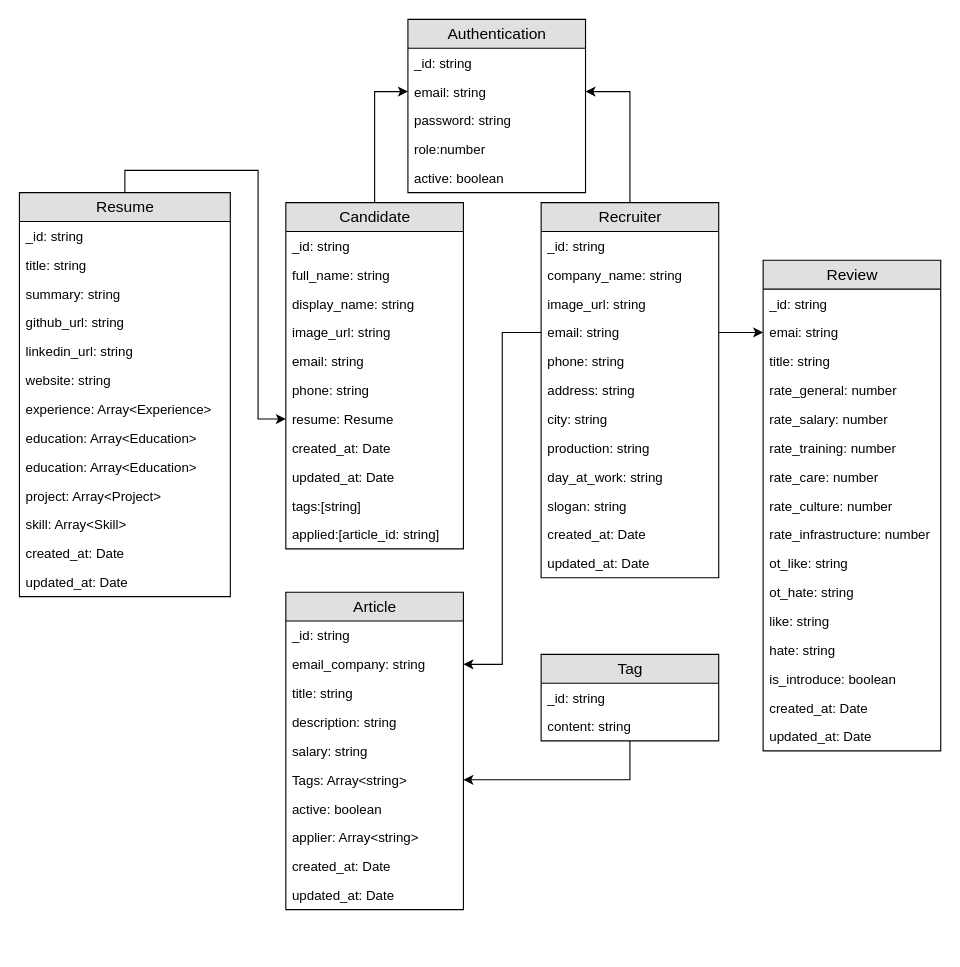
Earlier version of the draw.io diagram page "ERD Diagram" (2 of 7) of Use case Diagram.drawio (vietdqhcmute/DATN). Source tidied: cells renumbered, new cells numbered last; positions are measured from the earlier drawing's top-left corner, leaving out a move shared by most shapes. Both pictures are drawn from the tidied source at 111%, with x=0, y=0 at pixel (19, 19).
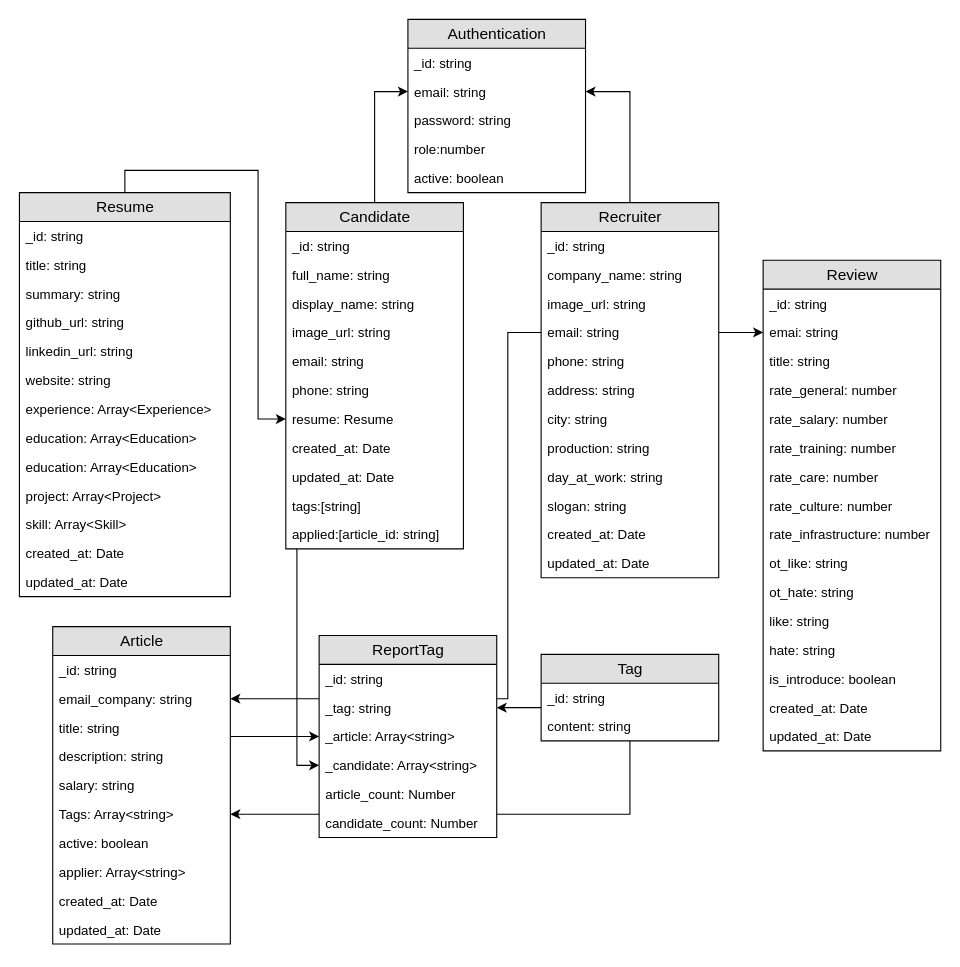
The same diagram, later.

The change refers to these unchanged cells:
```xml
<mxCell id="3" value="Candidate" style="swimlane;fontStyle=0;horizontal=1;startSize=26;fillColor=#e0e0e0;swimlaneFillColor=#ffffff;align=center;fontSize=14;html=1;" parent="1" vertex="1">
  <mxGeometry x="240" y="165" width="160" height="312" as="geometry" />
</mxCell>
<mxCell id="20" value="email: string" style="text;strokeColor=none;fillColor=none;spacingLeft=4;spacingRight=4;overflow=hidden;points=[[0,0.5],[1,0.5]];portConstraint=eastwest;fontSize=12;" parent="16" vertex="1">
  <mxGeometry y="104" width="160" height="26" as="geometry" />
</mxCell>
<mxCell id="46" value="email_company: string" style="text;strokeColor=none;fillColor=none;spacingLeft=4;spacingRight=4;overflow=hidden;points=[[0,0.5],[1,0.5]];portConstraint=eastwest;fontSize=12;" parent="44" vertex="1">
  <mxGeometry y="52" width="160" height="26" as="geometry" />
</mxCell>
<mxCell id="56" value="Tag" style="swimlane;fontStyle=0;horizontal=1;startSize=26;fillColor=#e0e0e0;swimlaneFillColor=#ffffff;align=center;fontSize=14;html=1;" parent="1" vertex="1">
  <mxGeometry x="470" y="572" width="160" height="78" as="geometry" />
</mxCell>
```

What changed in the source:
```diff
@@
+    <mxCell id="84" style="edgeStyle=orthogonalEdgeStyle;rounded=0;jettySize=auto;html=1;" parent="1" edge="1" source="3" target="91">
+      <mxGeometry relative="1" as="geometry">
+        <Array as="points">
+          <mxPoint x="250" y="672" />
+        </Array>
+      </mxGeometry>
+    </mxCell>
@@
+    <mxCell id="85" style="edgeStyle=orthogonalEdgeStyle;rounded=0;jettySize=auto;html=1;entryX=0;entryY=0.5;entryDx=0;entryDy=0;" parent="1" edge="1" source="44" target="90">
+      <mxGeometry relative="1" as="geometry">
+        <Array as="points">
+          <mxPoint x="200" y="646" />
+          <mxPoint x="200" y="646" />
+        </Array>
+      </mxGeometry>
+    </mxCell>
     <mxCell id="44" value="Article" style="swimlane;fontStyle=0;horizontal=1;startSize=26;fillColor=#e0e0e0;swimlaneFillColor=#ffffff;align=center;fontSize=14;html=1;" parent="1" vertex="1">
-      <mxGeometry x="240" y="516" width="160" height="286" as="geometry" />
+      <mxGeometry x="30" y="547" width="160" height="286" as="geometry" />
     </mxCell>
@@
+    <mxCell id="86" style="edgeStyle=orthogonalEdgeStyle;rounded=0;jettySize=auto;html=1;entryX=1;entryY=0.5;entryDx=0;entryDy=0;" parent="1" edge="1" source="56" target="89">
+      <mxGeometry relative="1" as="geometry">
+        <Array as="points">
+          <mxPoint x="460" y="620" />
+          <mxPoint x="460" y="620" />
+        </Array>
+      </mxGeometry>
+    </mxCell>
@@
     <mxCell id="83" style="edgeStyle=orthogonalEdgeStyle;rounded=0;jettySize=auto;html=1;entryX=1;entryY=0.5;entryDx=0;entryDy=0;" parent="1" edge="1" source="20" target="46">
-      <mxGeometry relative="1" as="geometry" />
+      <mxGeometry relative="1" as="geometry">
+        <Array as="points">
+          <mxPoint x="440" y="282" />
+          <mxPoint x="440" y="612" />
+        </Array>
+      </mxGeometry>
     </mxCell>
+    <mxCell id="87" value="ReportTag" style="swimlane;fontStyle=0;horizontal=1;startSize=26;fillColor=#e0e0e0;swimlaneFillColor=#ffffff;align=center;fontSize=14;html=1;" parent="1" vertex="1">
+      <mxGeometry x="270" y="555" width="160" height="182" as="geometry" />
+    </mxCell>
+    <mxCell id="88" value="_id: string" style="text;strokeColor=none;fillColor=none;spacingLeft=4;spacingRight=4;overflow=hidden;fontSize=12;" parent="87" vertex="1">
+      <mxGeometry y="26" width="160" height="26" as="geometry" />
+    </mxCell>
+    <mxCell id="89" value="_tag: string" style="text;strokeColor=none;fillColor=none;spacingLeft=4;spacingRight=4;overflow=hidden;points=[[0,0.5],[1,0.5]];portConstraint=eastwest;fontSize=12;" parent="87" vertex="1">
+      <mxGeometry y="52" width="160" height="26" as="geometry" />
+    </mxCell>
+    <mxCell id="90" value="_article: Array&lt;string&gt;" style="text;strokeColor=none;fillColor=none;spacingLeft=4;spacingRight=4;overflow=hidden;points=[[0,0.5],[1,0.5]];portConstraint=eastwest;fontSize=12;" parent="87" vertex="1">
+      <mxGeometry y="78" width="160" height="26" as="geometry" />
+    </mxCell>
+    <mxCell id="91" value="_candidate: Array&lt;string&gt;" style="text;strokeColor=none;fillColor=none;spacingLeft=4;spacingRight=4;overflow=hidden;points=[[0,0.5],[1,0.5]];portConstraint=eastwest;fontSize=12;" parent="87" vertex="1">
+      <mxGeometry y="104" width="160" height="26" as="geometry" />
+    </mxCell>
+    <mxCell id="92" value="article_count: Number" style="text;strokeColor=none;fillColor=none;spacingLeft=4;spacingRight=4;overflow=hidden;fontSize=12;" parent="87" vertex="1">
+      <mxGeometry y="130" width="160" height="26" as="geometry" />
+    </mxCell>
+    <mxCell id="93" value="candidate_count: Number" style="text;strokeColor=none;fillColor=none;spacingLeft=4;spacingRight=4;overflow=hidden;fontSize=12;" parent="87" vertex="1">
+      <mxGeometry y="156" width="160" height="26" as="geometry" />
+    </mxCell>
```
